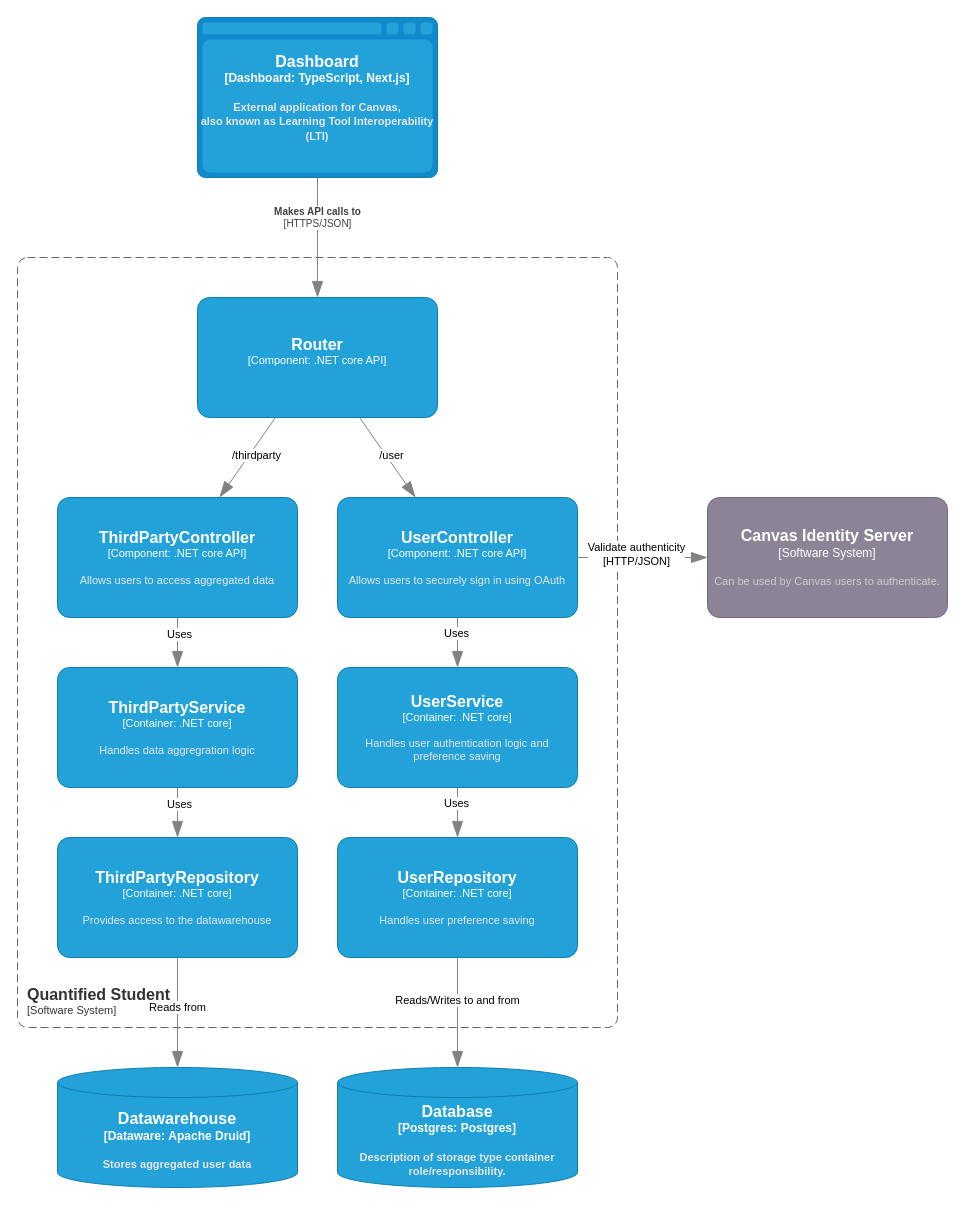
Earlier version of the draw.io diagram page "C3 - API" (3 of 4) of QS - C4 model.drawio (quantifiedstudent/QS-Docs). Source tidied: cells renumbered, new cells numbered last; positions are measured from the earlier drawing's top-left corner, leaving out a move shared by most shapes. Both pictures are drawn from the tidied source at 100%, with x=0, y=0 at pixel (17, 17).
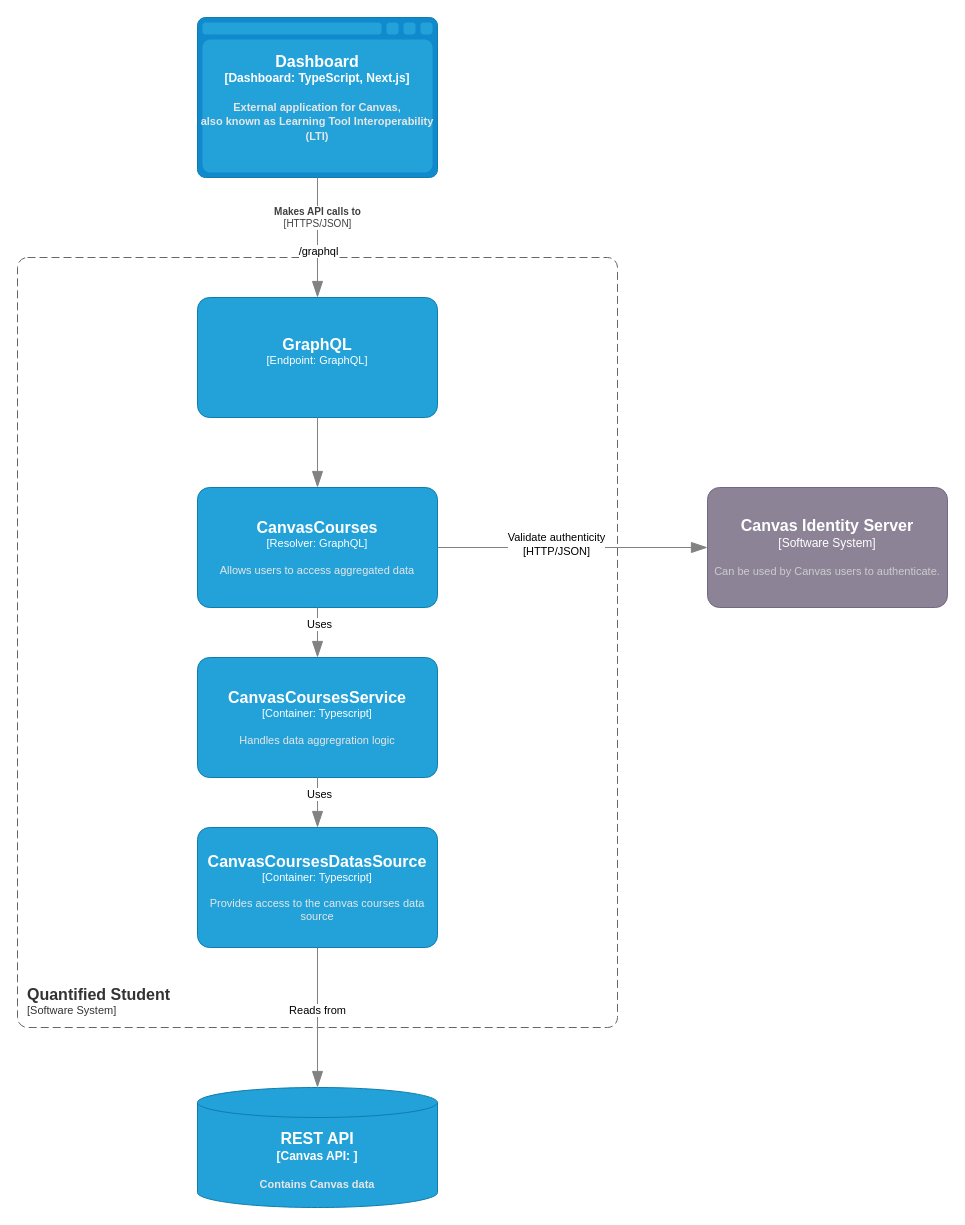
After the change.

The change refers to these unchanged cells:
```xml
<object id="21" label="&lt;div style=&quot;text-align: left&quot;&gt;&lt;div style=&quot;text-align: center&quot;&gt;&lt;b&gt;%c4Description%&lt;/b&gt;&lt;/div&gt;&lt;div style=&quot;text-align: center&quot;&gt;[%c4Technology%]&lt;/div&gt;&lt;/div&gt;" c4Description="Makes API calls to" c4Technology="HTTPS/JSON" placeholders="1">
  <mxCell style="endArrow=blockThin;html=1;fontSize=10;fontColor=#404040;strokeWidth=1;endFill=1;strokeColor=#828282;elbow=vertical;endSize=14;startSize=14;jumpStyle=arc;jumpSize=16;rounded=0;" parent="1" edge="1" source="5" target="28">
    <mxGeometry x="-0.33" relative="1" as="geometry" />
  </mxCell>
</object>
<mxCell id="31" style="endArrow=blockThin;html=1;fontSize=10;fontColor=#404040;strokeWidth=1;endFill=1;strokeColor=#828282;elbow=vertical;endSize=14;startSize=14;jumpStyle=arc;jumpSize=16;rounded=0;" parent="1" edge="1" source="28" target="9">
  <mxGeometry relative="1" as="geometry" />
</mxCell>
```

The edit, as a diff of the source:
```diff
@@
-    <object id="3" label="&lt;font style=&quot;font-size: 16px&quot;&gt;&lt;b&gt;%c4Type%&lt;/font&gt;&lt;div&gt;[%c4Container%:&amp;nbsp;%c4Technology%]&lt;/div&gt;&lt;br&gt;&lt;div&gt;&lt;font style=&quot;font-size: 11px&quot;&gt;&lt;font color=&quot;#E6E6E6&quot;&gt;%c4Description%&lt;/font&gt;&lt;/div&gt;" c4Container="Dataware" c4Description="Stores aggregated user data" c4Technology="Apache Druid" c4Type="Datawarehouse" placeholders="1">
+    <object id="3" label="&lt;font style=&quot;font-size: 16px&quot;&gt;&lt;b&gt;%c4Type%&lt;/font&gt;&lt;div&gt;[%c4Container%:&amp;nbsp;%c4Technology%]&lt;/div&gt;&lt;br&gt;&lt;div&gt;&lt;font style=&quot;font-size: 11px&quot;&gt;&lt;font color=&quot;#E6E6E6&quot;&gt;%c4Description%&lt;/font&gt;&lt;/div&gt;" c4Container="Canvas API" c4Description="Contains Canvas data" c4Technology="" c4Type="REST API" placeholders="1">
       <mxCell style="shape=cylinder3;size=15;whiteSpace=wrap;html=1;boundedLbl=1;rounded=0;labelBackgroundColor=none;fillColor=#23A2D9;fontSize=12;fontColor=#ffffff;align=center;strokeColor=#0E7DAD;points=[[0.5,0,0],[1,0.25,0],[1,0.5,0],[1,0.75,0],[0.5,1,0],[0,0.75,0],[0,0.5,0],[0,0.25,0]];" parent="1" vertex="1">
-        <mxGeometry x="40" y="1050" width="240" height="120" as="geometry" />
+        <mxGeometry x="180" y="1070" width="240" height="120" as="geometry" />
       </mxCell>
     </object>
-    <object id="4" label="&lt;font style=&quot;font-size: 16px&quot;&gt;&lt;b&gt;%c4Name%&lt;/b&gt;&lt;/font&gt;&lt;div&gt;[%c4Type%: %c4Technology%]&lt;/div&gt;&lt;br&gt;&lt;div&gt;&lt;font style=&quot;font-size: 11px&quot;&gt;&lt;font color=&quot;#E6E6E6&quot;&gt;%c4Description%&lt;/font&gt;&lt;/div&gt;" c4Description="Allows users to securely sign in using OAuth" c4Name="UserController" c4Technology=".NET core API" c4Type="Component" placeholders="1">
-      <mxCell style="rounded=1;whiteSpace=wrap;html=1;fontSize=11;labelBackgroundColor=none;fillColor=#23A2D9;fontColor=#ffffff;align=center;arcSize=10;strokeColor=#0E7DAD;points=[[0.25,0,0],[0.5,0,0],[0.75,0,0],[1,0.25,0],[1,0.5,0],[1,0.75,0],[0.75,1,0],[0.5,1,0],[0.25,1,0],[0,0.75,0],[0,0.5,0],[0,0.25,0]];" parent="1" vertex="1">
-        <mxGeometry x="320" y="480" width="240" height="120" as="geometry" />
-      </mxCell>
-    </object>
@@
     <object id="6" label="&lt;font style=&quot;font-size: 16px&quot;&gt;&lt;b&gt;%c4Name%&lt;/b&gt;&lt;/font&gt;&lt;div&gt;[%c4Type%]&lt;/div&gt;&lt;br&gt;&lt;div&gt;&lt;font style=&quot;font-size: 11px&quot;&gt;&lt;font color=&quot;#cccccc&quot;&gt;%c4Description%&lt;/font&gt;&lt;/div&gt;" c4Description="Can be used by Canvas users to authenticate." c4Name="Canvas Identity Server" c4Type="Software System" placeholders="1">
       <mxCell style="rounded=1;whiteSpace=wrap;html=1;labelBackgroundColor=none;fillColor=#8C8496;fontColor=#ffffff;align=center;arcSize=10;strokeColor=#736782;points=[[0.25,0,0],[0.5,0,0],[0.75,0,0],[1,0.25,0],[1,0.5,0],[1,0.75,0],[0.75,1,0],[0.5,1,0],[0.25,1,0],[0,0.75,0],[0,0.5,0],[0,0.25,0]];" parent="1" vertex="1">
-        <mxGeometry x="690" y="480" width="240" height="120" as="geometry" />
+        <mxGeometry x="690" y="470" width="240" height="120" as="geometry" />
       </mxCell>
     </object>
-    <object id="7" label="&lt;font style=&quot;font-size: 16px&quot;&gt;&lt;b&gt;%c4Name%&lt;/b&gt;&lt;/font&gt;&lt;div&gt;[%c4Type%: %c4Technology%]&lt;/div&gt;&lt;br&gt;&lt;div&gt;&lt;font style=&quot;font-size: 11px&quot;&gt;&lt;font color=&quot;#E6E6E6&quot;&gt;%c4Description%&lt;/font&gt;&lt;/div&gt;" c4Description="Handles user authentication logic and preference saving" c4Name="UserService" c4Technology=".NET core" c4Type="Container" placeholders="1">
-      <mxCell style="rounded=1;whiteSpace=wrap;html=1;fontSize=11;labelBackgroundColor=none;fillColor=#23A2D9;fontColor=#ffffff;align=center;arcSize=10;strokeColor=#0E7DAD;points=[[0.25,0,0],[0.5,0,0],[0.75,0,0],[1,0.25,0],[1,0.5,0],[1,0.75,0],[0.75,1,0],[0.5,1,0],[0.25,1,0],[0,0.75,0],[0,0.5,0],[0,0.25,0]];" parent="1" vertex="1">
-        <mxGeometry x="320" y="650" width="240" height="120" as="geometry" />
-      </mxCell>
-    </object>
-    <object id="8" label="&lt;font style=&quot;font-size: 16px&quot;&gt;&lt;b&gt;%c4Name%&lt;/b&gt;&lt;/font&gt;&lt;div&gt;[%c4Type%: %c4Technology%]&lt;/div&gt;&lt;br&gt;&lt;div&gt;&lt;font style=&quot;font-size: 11px&quot;&gt;&lt;font color=&quot;#E6E6E6&quot;&gt;%c4Description%&lt;/font&gt;&lt;/div&gt;" c4Description="Handles user preference saving" c4Name="UserRepository" c4Technology=".NET core" c4Type="Container" placeholders="1">
-      <mxCell style="rounded=1;whiteSpace=wrap;html=1;fontSize=11;labelBackgroundColor=none;fillColor=#23A2D9;fontColor=#ffffff;align=center;arcSize=10;strokeColor=#0E7DAD;points=[[0.25,0,0],[0.5,0,0],[0.75,0,0],[1,0.25,0],[1,0.5,0],[1,0.75,0],[0.75,1,0],[0.5,1,0],[0.25,1,0],[0,0.75,0],[0,0.5,0],[0,0.25,0]];" parent="1" vertex="1">
-        <mxGeometry x="320" y="820" width="240" height="120" as="geometry" />
-      </mxCell>
-    </object>
-    <object id="9" label="&lt;font style=&quot;font-size: 16px&quot;&gt;&lt;b&gt;%c4Name%&lt;/b&gt;&lt;/font&gt;&lt;div&gt;[%c4Type%: %c4Technology%]&lt;/div&gt;&lt;br&gt;&lt;div&gt;&lt;font style=&quot;font-size: 11px&quot;&gt;&lt;font color=&quot;#E6E6E6&quot;&gt;%c4Description%&lt;/font&gt;&lt;/div&gt;" c4Description="Allows users to access aggregated data" c4Name="ThirdPartyController" c4Technology=".NET core API" c4Type="Component" placeholders="1">
+    <object id="9" label="&lt;font style=&quot;font-size: 16px&quot;&gt;&lt;b&gt;%c4Name%&lt;/b&gt;&lt;/font&gt;&lt;div&gt;[%c4Type%: %c4Technology%]&lt;/div&gt;&lt;br&gt;&lt;div&gt;&lt;font style=&quot;font-size: 11px&quot;&gt;&lt;font color=&quot;#E6E6E6&quot;&gt;%c4Description%&lt;/font&gt;&lt;/div&gt;" c4Description="Allows users to access aggregated data" c4Name="CanvasCourses" c4Technology="GraphQL" c4Type="Resolver" placeholders="1">
       <mxCell style="rounded=1;whiteSpace=wrap;html=1;fontSize=11;labelBackgroundColor=none;fillColor=#23A2D9;fontColor=#ffffff;align=center;arcSize=10;strokeColor=#0E7DAD;points=[[0.25,0,0],[0.5,0,0],[0.75,0,0],[1,0.25,0],[1,0.5,0],[1,0.75,0],[0.75,1,0],[0.5,1,0],[0.25,1,0],[0,0.75,0],[0,0.5,0],[0,0.25,0]];" parent="1" vertex="1">
-        <mxGeometry x="40" y="480" width="240" height="120" as="geometry" />
+        <mxGeometry x="180" y="470" width="240" height="120" as="geometry" />
       </mxCell>
     </object>
-    <object id="10" label="&lt;font style=&quot;font-size: 16px&quot;&gt;&lt;b&gt;%c4Name%&lt;/b&gt;&lt;/font&gt;&lt;div&gt;[%c4Type%: %c4Technology%]&lt;/div&gt;&lt;br&gt;&lt;div&gt;&lt;font style=&quot;font-size: 11px&quot;&gt;&lt;font color=&quot;#E6E6E6&quot;&gt;%c4Description%&lt;/font&gt;&lt;/div&gt;" c4Description="Handles data aggregration logic" c4Name="ThirdPartyService" c4Technology=".NET core" c4Type="Container" placeholders="1">
+    <object id="10" label="&lt;font style=&quot;font-size: 16px&quot;&gt;&lt;b&gt;%c4Name%&lt;/b&gt;&lt;/font&gt;&lt;div&gt;[%c4Type%: %c4Technology%]&lt;/div&gt;&lt;br&gt;&lt;div&gt;&lt;font style=&quot;font-size: 11px&quot;&gt;&lt;font color=&quot;#E6E6E6&quot;&gt;%c4Description%&lt;/font&gt;&lt;/div&gt;" c4Description="Handles data aggregration logic" c4Name="CanvasCoursesService" c4Technology="Typescript" c4Type="Container" placeholders="1">
       <mxCell style="rounded=1;whiteSpace=wrap;html=1;fontSize=11;labelBackgroundColor=none;fillColor=#23A2D9;fontColor=#ffffff;align=center;arcSize=10;strokeColor=#0E7DAD;points=[[0.25,0,0],[0.5,0,0],[0.75,0,0],[1,0.25,0],[1,0.5,0],[1,0.75,0],[0.75,1,0],[0.5,1,0],[0.25,1,0],[0,0.75,0],[0,0.5,0],[0,0.25,0]];" parent="1" vertex="1">
-        <mxGeometry x="40" y="650" width="240" height="120" as="geometry" />
+        <mxGeometry x="180" y="640" width="240" height="120" as="geometry" />
       </mxCell>
     </object>
-    <object id="11" label="&lt;font style=&quot;font-size: 16px&quot;&gt;&lt;b&gt;%c4Name%&lt;/b&gt;&lt;/font&gt;&lt;div&gt;[%c4Type%: %c4Technology%]&lt;/div&gt;&lt;br&gt;&lt;div&gt;&lt;font style=&quot;font-size: 11px&quot;&gt;&lt;font color=&quot;#E6E6E6&quot;&gt;%c4Description%&lt;/font&gt;&lt;/div&gt;" c4Description="Provides access to the datawarehouse" c4Name="ThirdPartyRepository" c4Technology=".NET core" c4Type="Container" placeholders="1">
+    <object id="11" label="&lt;font style=&quot;font-size: 16px&quot;&gt;&lt;b&gt;%c4Name%&lt;/b&gt;&lt;/font&gt;&lt;div&gt;[%c4Type%: %c4Technology%]&lt;/div&gt;&lt;br&gt;&lt;div&gt;&lt;font style=&quot;font-size: 11px&quot;&gt;&lt;font color=&quot;#E6E6E6&quot;&gt;%c4Description%&lt;/font&gt;&lt;/div&gt;" c4Description="Provides access to the canvas courses data source" c4Name="CanvasCoursesDatasSource" c4Technology="Typescript" c4Type="Container" placeholders="1">
       <mxCell style="rounded=1;whiteSpace=wrap;html=1;fontSize=11;labelBackgroundColor=none;fillColor=#23A2D9;fontColor=#ffffff;align=center;arcSize=10;strokeColor=#0E7DAD;points=[[0.25,0,0],[0.5,0,0],[0.75,0,0],[1,0.25,0],[1,0.5,0],[1,0.75,0],[0.75,1,0],[0.5,1,0],[0.25,1,0],[0,0.75,0],[0,0.5,0],[0,0.25,0]];" parent="1" vertex="1">
-        <mxGeometry x="40" y="820" width="240" height="120" as="geometry" />
+        <mxGeometry x="180" y="810" width="240" height="120" as="geometry" />
       </mxCell>
     </object>
-    <mxCell id="12" style="endArrow=blockThin;html=1;fontSize=10;fontColor=#404040;strokeWidth=1;endFill=1;strokeColor=#828282;elbow=vertical;endSize=14;startSize=14;jumpStyle=arc;jumpSize=16;rounded=0;edgeStyle=orthogonalEdgeStyle;exitX=0.5;exitY=1;exitDx=0;exitDy=0;exitPerimeter=0;" parent="1" edge="1" source="4" target="7">
-      <mxGeometry relative="1" as="geometry" />
-    </mxCell>
-    <mxCell id="13" value="Uses" style="edgeLabel;html=1;align=center;verticalAlign=middle;" parent="12" vertex="1">
-      <mxGeometry x="-0.35" y="-2" relative="1" as="geometry">
-        <mxPoint y="-1" as="offset" />
-      </mxGeometry>
-    </mxCell>
-    <mxCell id="14" style="endArrow=blockThin;html=1;fontSize=10;fontColor=#404040;strokeWidth=1;endFill=1;strokeColor=#828282;elbow=vertical;endSize=14;startSize=14;jumpStyle=arc;jumpSize=16;rounded=0;edgeStyle=orthogonalEdgeStyle;entryX=0.5;entryY=0;entryDx=0;entryDy=0;entryPerimeter=0;exitX=0.5;exitY=1;exitDx=0;exitDy=0;exitPerimeter=0;" parent="1" edge="1" source="7" target="8">
-      <mxGeometry relative="1" as="geometry" />
-    </mxCell>
-    <mxCell id="15" value="Uses" style="edgeLabel;html=1;align=center;verticalAlign=middle;" parent="14" vertex="1">
-      <mxGeometry x="-0.35" y="-2" relative="1" as="geometry">
-        <mxPoint y="-1" as="offset" />
-      </mxGeometry>
-    </mxCell>
-    <object id="16" label="&lt;font style=&quot;font-size: 16px&quot;&gt;&lt;b&gt;%c4Type%&lt;/font&gt;&lt;div&gt;[%c4Container%:&amp;nbsp;%c4Technology%]&lt;/div&gt;&lt;br&gt;&lt;div&gt;&lt;font style=&quot;font-size: 11px&quot;&gt;&lt;font color=&quot;#E6E6E6&quot;&gt;%c4Description%&lt;/font&gt;&lt;/div&gt;" c4Container="Postgres" c4Description="Description of storage type container role/responsibility." c4Technology="Postgres" c4Type="Database" placeholders="1">
-      <mxCell style="shape=cylinder3;size=15;whiteSpace=wrap;html=1;boundedLbl=1;rounded=0;labelBackgroundColor=none;fillColor=#23A2D9;fontSize=12;fontColor=#ffffff;align=center;strokeColor=#0E7DAD;points=[[0.5,0,0],[1,0.25,0],[1,0.5,0],[1,0.75,0],[0.5,1,0],[0,0.75,0],[0,0.5,0],[0,0.25,0]];" parent="1" vertex="1">
-        <mxGeometry x="320" y="1050" width="240" height="120" as="geometry" />
-      </mxCell>
-    </object>
-    <mxCell id="17" style="endArrow=blockThin;html=1;fontSize=10;fontColor=#404040;strokeWidth=1;endFill=1;strokeColor=#828282;elbow=vertical;endSize=14;startSize=14;jumpStyle=arc;jumpSize=16;rounded=0;edgeStyle=orthogonalEdgeStyle;exitX=1;exitY=0.5;exitDx=0;exitDy=0;exitPerimeter=0;entryX=0;entryY=0.5;entryDx=0;entryDy=0;entryPerimeter=0;" parent="1" edge="1" source="4" target="6">
+    <mxCell id="17" style="endArrow=blockThin;html=1;fontSize=10;fontColor=#404040;strokeWidth=1;endFill=1;strokeColor=#828282;elbow=vertical;endSize=14;startSize=14;jumpStyle=arc;jumpSize=16;rounded=0;edgeStyle=orthogonalEdgeStyle;exitX=1;exitY=0.5;exitDx=0;exitDy=0;exitPerimeter=0;entryX=0;entryY=0.5;entryDx=0;entryDy=0;entryPerimeter=0;" parent="1" edge="1" source="9" target="6">
       <mxGeometry relative="1" as="geometry" />
     </mxCell>
@@
-    <mxCell id="19" style="endArrow=blockThin;html=1;fontSize=10;fontColor=#404040;strokeWidth=1;endFill=1;strokeColor=#828282;elbow=vertical;endSize=14;startSize=14;jumpStyle=arc;jumpSize=16;rounded=0;edgeStyle=orthogonalEdgeStyle;exitX=0.5;exitY=1;exitDx=0;exitDy=0;exitPerimeter=0;entryX=0.5;entryY=0;entryDx=0;entryDy=0;entryPerimeter=0;" parent="1" edge="1" source="8" target="16">
-      <mxGeometry relative="1" as="geometry" />
-    </mxCell>
-    <mxCell id="20" value="Reads/Writes to and from" style="edgeLabel;html=1;align=center;verticalAlign=middle;" parent="19" vertex="1">
-      <mxGeometry x="-0.25" y="-1" relative="1" as="geometry">
-        <mxPoint y="1" as="offset" />
-      </mxGeometry>
-    </mxCell>
@@
+    <mxCell id="33" value="/graphql" style="edgeLabel;html=1;align=center;verticalAlign=middle;" parent="21" vertex="1">
+      <mxGeometry x="0.23" relative="1" as="geometry">
+        <mxPoint y="-1" as="offset" />
+      </mxGeometry>
+    </mxCell>
@@
-    <object id="28" label="&lt;font style=&quot;font-size: 16px&quot;&gt;&lt;b&gt;%c4Name%&lt;/b&gt;&lt;/font&gt;&lt;div&gt;[%c4Type%: %c4Technology%]&lt;/div&gt;&lt;br&gt;&lt;div&gt;&lt;font style=&quot;font-size: 11px&quot;&gt;&lt;font color=&quot;#E6E6E6&quot;&gt;%c4Description%&lt;/font&gt;&lt;/div&gt;" c4Description="" c4Name="Router" c4Technology=".NET core API" c4Type="Component" placeholders="1">
+    <object id="28" label="&lt;font style=&quot;font-size: 16px&quot;&gt;&lt;b&gt;%c4Name%&lt;/b&gt;&lt;/font&gt;&lt;div&gt;[%c4Type%: %c4Technology%]&lt;/div&gt;&lt;br&gt;&lt;div&gt;&lt;font style=&quot;font-size: 11px&quot;&gt;&lt;font color=&quot;#E6E6E6&quot;&gt;%c4Description%&lt;/font&gt;&lt;/div&gt;" c4Description="" c4Name="GraphQL" c4Technology="GraphQL" c4Type="Endpoint" placeholders="1">
       <mxCell style="rounded=1;whiteSpace=wrap;html=1;fontSize=11;labelBackgroundColor=none;fillColor=#23A2D9;fontColor=#ffffff;align=center;arcSize=10;strokeColor=#0E7DAD;points=[[0.25,0,0],[0.5,0,0],[0.75,0,0],[1,0.25,0],[1,0.5,0],[1,0.75,0],[0.75,1,0],[0.5,1,0],[0.25,1,0],[0,0.75,0],[0,0.5,0],[0,0.25,0]];" parent="1" vertex="1">
         <mxGeometry x="180" y="280" width="240" height="120" as="geometry" />
       </mxCell>
     </object>
-    <mxCell id="29" style="endArrow=blockThin;html=1;fontSize=10;fontColor=#404040;strokeWidth=1;endFill=1;strokeColor=#828282;elbow=vertical;endSize=14;startSize=14;jumpStyle=arc;jumpSize=16;rounded=0;" parent="1" edge="1" source="28" target="4">
-      <mxGeometry relative="1" as="geometry" />
-    </mxCell>
-    <mxCell id="30" value="/user" style="edgeLabel;html=1;align=center;verticalAlign=middle;" parent="29" vertex="1">
-      <mxGeometry x="-0.35" y="-2" relative="1" as="geometry">
-        <mxPoint x="15" y="10" as="offset" />
-      </mxGeometry>
-    </mxCell>
@@
-    <mxCell id="32" value="/thirdparty" style="edgeLabel;html=1;align=center;verticalAlign=middle;" parent="31" vertex="1">
-      <mxGeometry x="-0.35" y="-2" relative="1" as="geometry">
-        <mxPoint y="12" as="offset" />
-      </mxGeometry>
-    </mxCell>
```
